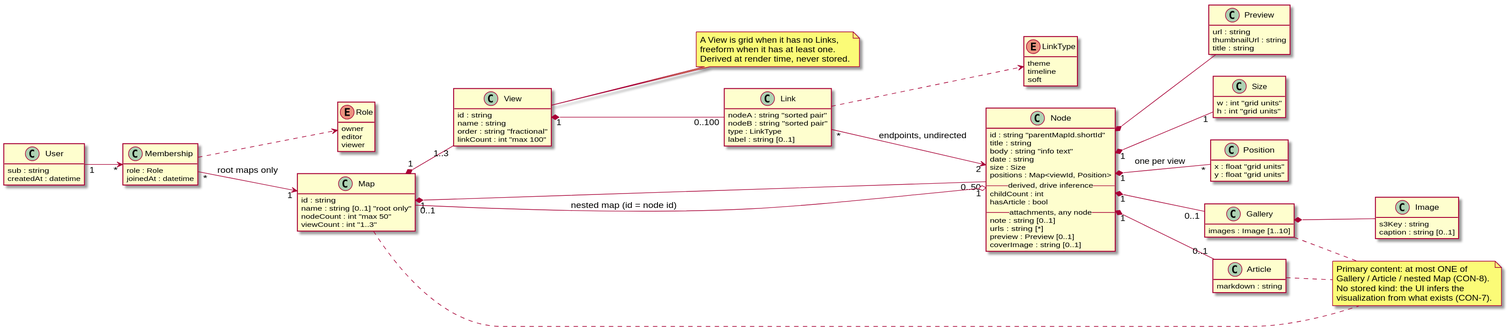
The PlantUML diagram DOC/architecture/diagrams/data_model.svg in LouayBks/spiresen-saga, before a commit. The source it was exported from:
```plantuml
@startuml data_model
hide empty members
skinparam classAttributeIconSize 0
left to right direction

enum Role {
  owner
  editor
  viewer
}
enum LinkType {
  theme
  timeline
  soft
}

class User {
  sub : string
  createdAt : datetime
}
class Membership {
  role : Role
  joinedAt : datetime
}
class Map {
  id : string
  name : string [0..1] "root only"
  nodeCount : int "max 50"
  viewCount : int "1..3"
}
class View {
  id : string
  name : string
  order : string "fractional"
  linkCount : int "max 100"
}
class Node {
  id : string "parentMapId.shortId"
  title : string
  body : string "info text"
  date : string
  size : Size
  positions : Map<viewId, Position>
  --derived, drive inference--
  childCount : int
  hasArticle : bool
  --attachments, any node--
  note : string [0..1]
  urls : string [*]
  preview : Preview [0..1]
  coverImage : string [0..1]
}
class Size {
  w : int "grid units"
  h : int "grid units"
}
class Position {
  x : float "grid units"
  y : float "grid units"
}
class Link {
  nodeA : string "sorted pair"
  nodeB : string "sorted pair"
  type : LinkType
  label : string [0..1]
}
class Gallery {
  images : Image [1..10]
}
class Article {
  markdown : string
}
class Image {
  s3Key : string
  caption : string [0..1]
}
class Preview {
  url : string
  thumbnailUrl : string
  title : string
}

note "Primary content: at most ONE of\nGallery / Article / nested Map (CON-8).\nNo stored kind: the UI infers the\nvisualization from what exists (CON-7)." as XOR
note "A View is grid when it has no Links,\nfreeform when it has at least one.\nDerived at render time, never stored." as LAYOUT

User "1" --> "*" Membership
Membership "*" --> "1" Map : root maps only
Map "1" *-- "1..3" View
Map "1" *-- "0..50" Node
View "1" *-- "0..100" Link
Link "*" --> "2" Node : endpoints, undirected
Node "1" *-- "1" Size
Node "1" *-- "*" Position : one per view
Node "1" o-- "0..1" Map : nested map (id = node id)
Node "1" *-- "0..1" Gallery
Node "1" *-- "0..1" Article
Gallery *-- Image
Node *-- Preview
Map .. XOR
Gallery .. XOR
Article .. XOR
View .. LAYOUT
Membership ..> Role
Link ..> LinkType
@enduml
```
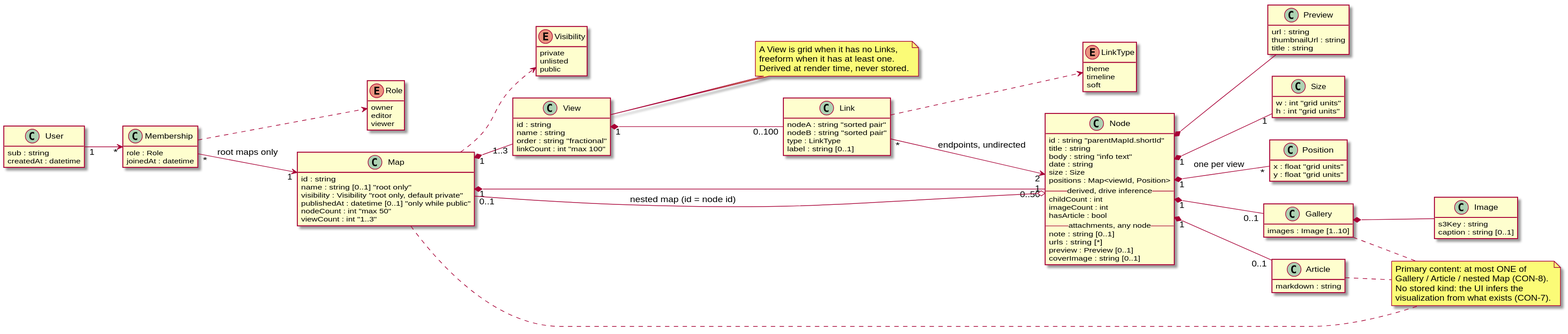
Later version of the same file.

Commit message:
docs(docs): add map-visibility spec, amend ADR-007 with gallery index

Change to the diagram source:
```diff
@@ -7,6 +7,11 @@
   owner
   editor
   viewer
+}
+enum Visibility {
+  private
+  unlisted
+  public
 }
 enum LinkType {
   theme
@@ -25,6 +30,8 @@
 class Map {
   id : string
   name : string [0..1] "root only"
+  visibility : Visibility "root only, default private"
+  publishedAt : datetime [0..1] "only while public"
   nodeCount : int "max 50"
   viewCount : int "1..3"
 }
@@ -43,6 +50,7 @@
   positions : Map<viewId, Position>
   --derived, drive inference--
   childCount : int
+  imageCount : int
   hasArticle : bool
   --attachments, any node--
   note : string [0..1]
@@ -101,5 +109,6 @@
 Article .. XOR
 View .. LAYOUT
 Membership ..> Role
+Map ..> Visibility
 Link ..> LinkType
 @enduml
```
